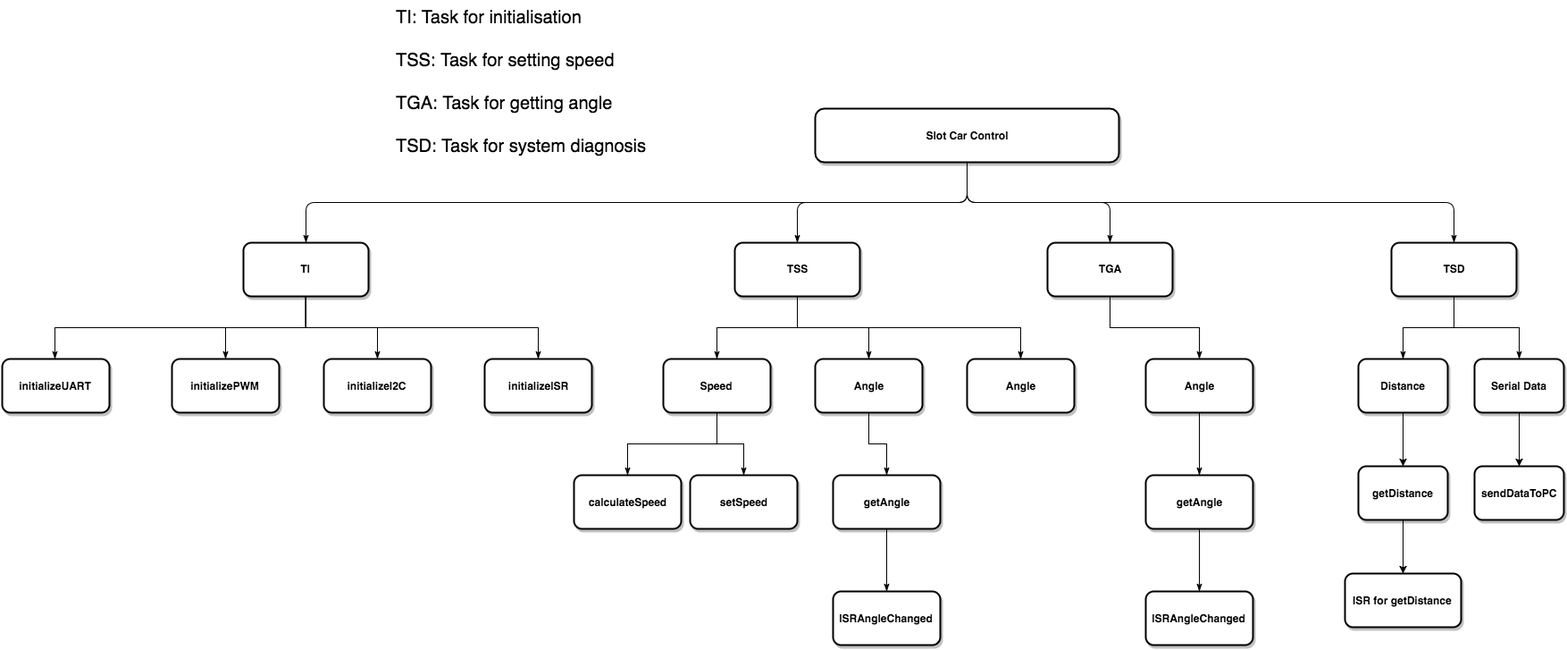
This is Speed Task Decomposition Graph.png from myunusseker/CmpE443---Group-Adamlar, a draw.io export, as it was before one commit. Source tidied: cells renumbered, new cells last; positions are measured from the earlier drawing's top-left corner, leaving out a move shared by most shapes.
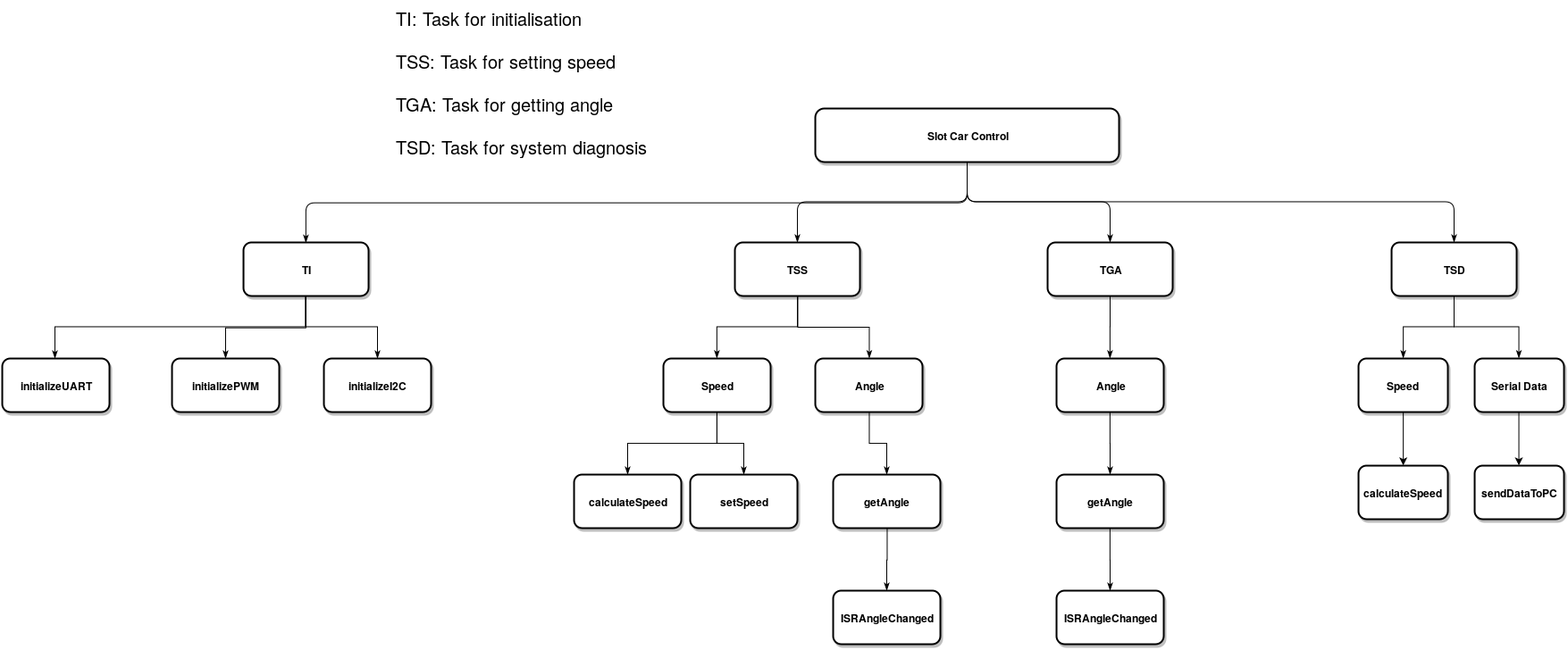
The same file after the commit.

What changed in the source:
```diff
@@ -50,15 +50,9 @@
     <mxCell id="17" value="initializeI2C" style="whiteSpace=wrap;rounded=1;fillColor=#FFFFFF;strokeColor=#000000;shadow=1;fontColor=#000000;html=1;strokeWidth=2;fontStyle=1;fontSize=12;" parent="1" vertex="1">
       <mxGeometry x="360" y="400" width="120" height="60" as="geometry" />
     </mxCell>
-    <mxCell id="18" value="initialize&lt;span&gt;ISR&lt;/span&gt;" style="whiteSpace=wrap;rounded=1;fillColor=#FFFFFF;strokeColor=#000000;shadow=1;fontColor=#000000;html=1;strokeWidth=2;fontStyle=1;fontSize=12;" parent="1" vertex="1">
-      <mxGeometry x="540" y="400" width="120" height="60" as="geometry" />
-    </mxCell>
     <mxCell id="19" style="edgeStyle=elbowEdgeStyle;elbow=vertical;rounded=0;fontColor=#000000;endArrow=classicThin;endFill=1;strokeWidth=1;strokeColor=#000000;html=1;fontStyle=1;fontSize=12;" parent="1" edge="1" source="16" target="17">
       <mxGeometry x="-70" y="240" as="geometry" />
     </mxCell>
-    <mxCell id="20" style="edgeStyle=elbowEdgeStyle;elbow=vertical;rounded=0;fontColor=#000000;endArrow=classicThin;endFill=1;strokeWidth=1;strokeColor=#000000;html=1;fontStyle=1;fontSize=12;" parent="1" edge="1" source="16" target="18">
-      <mxGeometry x="30" y="240" as="geometry" />
-    </mxCell>
     <mxCell id="21" style="edgeStyle=elbowEdgeStyle;elbow=vertical;fontColor=#000000;endArrow=classicThin;endFill=1;strokeWidth=1;strokeColor=#000000;html=1;entryX=0.5;entryY=0;rounded=1;fontSize=12;" parent="1" edge="1" target="16">
       <mxGeometry x="240" y="100" as="geometry">
         <mxPoint x="1080" y="180" as="sourcePoint" />
@@ -105,26 +99,20 @@
       <mxGeometry x="490" y="500" as="geometry" />
     </mxCell>
     <mxCell id="33" value="Angle" style="whiteSpace=wrap;rounded=1;fillColor=#FFFFFF;strokeColor=#000000;shadow=1;fontColor=#000000;html=1;strokeWidth=2;fontStyle=1;fontSize=12;" parent="1" vertex="1">
-      <mxGeometry x="1280" y="400" width="120" height="60" as="geometry" />
+      <mxGeometry x="1180" y="400" width="120" height="60" as="geometry" />
     </mxCell>
     <mxCell id="34" value="getAngle" style="whiteSpace=wrap;rounded=1;fillColor=#FFFFFF;strokeColor=#000000;shadow=1;fontColor=#000000;html=1;strokeWidth=2;fontStyle=1;fontSize=12;" parent="1" vertex="1">
-      <mxGeometry x="1280" y="530" width="120" height="60" as="geometry" />
+      <mxGeometry x="1180" y="530" width="120" height="60" as="geometry" />
     </mxCell>
     <mxCell id="35" style="edgeStyle=elbowEdgeStyle;elbow=vertical;rounded=0;fontColor=#000000;endArrow=classicThin;endFill=1;strokeWidth=1;strokeColor=#000000;html=1;exitX=0.5;exitY=1;fontStyle=1;fontSize=12;" parent="1" edge="1" source="33" target="34">
-      <mxGeometry x="860" y="370" as="geometry" />
+      <mxGeometry x="760" y="370" as="geometry" />
     </mxCell>
     <mxCell id="36" value="ISRAngleChanged" style="whiteSpace=wrap;rounded=1;fillColor=#FFFFFF;strokeColor=#000000;shadow=1;fontColor=#000000;html=1;strokeWidth=2;fontStyle=1;fontSize=12;" parent="1" vertex="1">
-      <mxGeometry x="1280" y="660" width="120" height="60" as="geometry" />
+      <mxGeometry x="1180" y="660" width="120" height="60" as="geometry" />
     </mxCell>
     <mxCell id="37" style="edgeStyle=elbowEdgeStyle;elbow=vertical;rounded=0;fontColor=#000000;endArrow=classicThin;endFill=1;strokeWidth=1;strokeColor=#000000;html=1;exitX=0.5;exitY=1;fontStyle=1;fontSize=12;" parent="1" edge="1" source="34" target="36">
-      <mxGeometry x="860" y="500" as="geometry" />
+      <mxGeometry x="760" y="500" as="geometry" />
     </mxCell>
-    <mxCell id="38" style="edgeStyle=elbowEdgeStyle;rounded=0;elbow=vertical;html=1;entryX=0.5;entryY=1;startArrow=classicThin;startFill=1;endArrow=none;endFill=0;jettySize=auto;strokeWidth=1;exitX=0.5;exitY=0;fontStyle=1;fontSize=12;" parent="1" edge="1" source="39" target="3">
-      <mxGeometry x="489.7" y="240" as="geometry" />
-    </mxCell>
-    <mxCell id="39" value="Angle" style="whiteSpace=wrap;rounded=1;fillColor=#FFFFFF;strokeColor=#000000;shadow=1;fontColor=#000000;html=1;strokeWidth=2;fontStyle=1;fontSize=12;" parent="1" vertex="1">
-      <mxGeometry x="1080" y="400" width="120" height="60" as="geometry" />
-    </mxCell>
     <mxCell id="40" style="edgeStyle=elbowEdgeStyle;rounded=0;elbow=vertical;html=1;startArrow=none;startFill=0;endArrow=classicThin;endFill=1;jettySize=auto;strokeWidth=1;exitX=0.5;exitY=1;fontStyle=1;fontSize=12;" parent="1" edge="1" source="7" target="41">
       <mxGeometry x="330" y="440" as="geometry" />
     </mxCell>
@@ -134,18 +122,12 @@
     <mxCell id="42" style="edgeStyle=orthogonalEdgeStyle;rounded=0;html=1;exitX=0.5;exitY=1;entryX=0.5;entryY=0;jettySize=auto;strokeWidth=1;fontStyle=1;fontSize=12;" parent="1" edge="1" source="43" target="45">
       <mxGeometry x="1088" y="370" as="geometry" />
     </mxCell>
-    <mxCell id="43" value="Distance" style="rounded=1;fillColor=#FFFFFF;strokeColor=#000000;shadow=1;gradientColor=none;fontStyle=1;html=1;strokeWidth=2;fontSize=12;" parent="1" vertex="1">
+    <mxCell id="43" value="Speed" style="rounded=1;fillColor=#FFFFFF;strokeColor=#000000;shadow=1;gradientColor=none;fontStyle=1;html=1;strokeWidth=2;fontSize=12;" parent="1" vertex="1">
       <mxGeometry x="1518" y="400" width="100" height="60" as="geometry" />
     </mxCell>
-    <mxCell id="44" style="edgeStyle=orthogonalEdgeStyle;rounded=0;html=1;exitX=0.5;exitY=1;entryX=0.5;entryY=0;jettySize=auto;strokeWidth=1;fontStyle=1;fontSize=12;" parent="1" edge="1" source="45" target="46">
-      <mxGeometry x="1088" y="490" as="geometry" />
-    </mxCell>
-    <mxCell id="45" value="getDistance" style="rounded=1;fillColor=#FFFFFF;strokeColor=#000000;shadow=1;gradientColor=none;fontStyle=1;html=1;strokeWidth=2;fontSize=12;" parent="1" vertex="1">
+    <mxCell id="45" value="calculateSpeed&lt;br&gt;" style="rounded=1;fillColor=#FFFFFF;strokeColor=#000000;shadow=1;gradientColor=none;fontStyle=1;html=1;strokeWidth=2;fontSize=12;" parent="1" vertex="1">
       <mxGeometry x="1518" y="520" width="100" height="60" as="geometry" />
     </mxCell>
-    <mxCell id="46" value="ISR for getDistance" style="rounded=1;fillColor=#FFFFFF;strokeColor=#000000;shadow=1;gradientColor=none;fontStyle=1;html=1;strokeWidth=2;fontSize=12;" parent="1" vertex="1">
-      <mxGeometry x="1503" y="640" width="130" height="60" as="geometry" />
-    </mxCell>
     <mxCell id="47" style="edgeStyle=orthogonalEdgeStyle;rounded=0;html=1;exitX=0.5;exitY=1;entryX=0.5;entryY=0;jettySize=auto;strokeWidth=1;fontStyle=1;fontSize=12;" parent="1" edge="1" source="48" target="49">
       <mxGeometry x="1218" y="370" as="geometry" />
     </mxCell>
```
